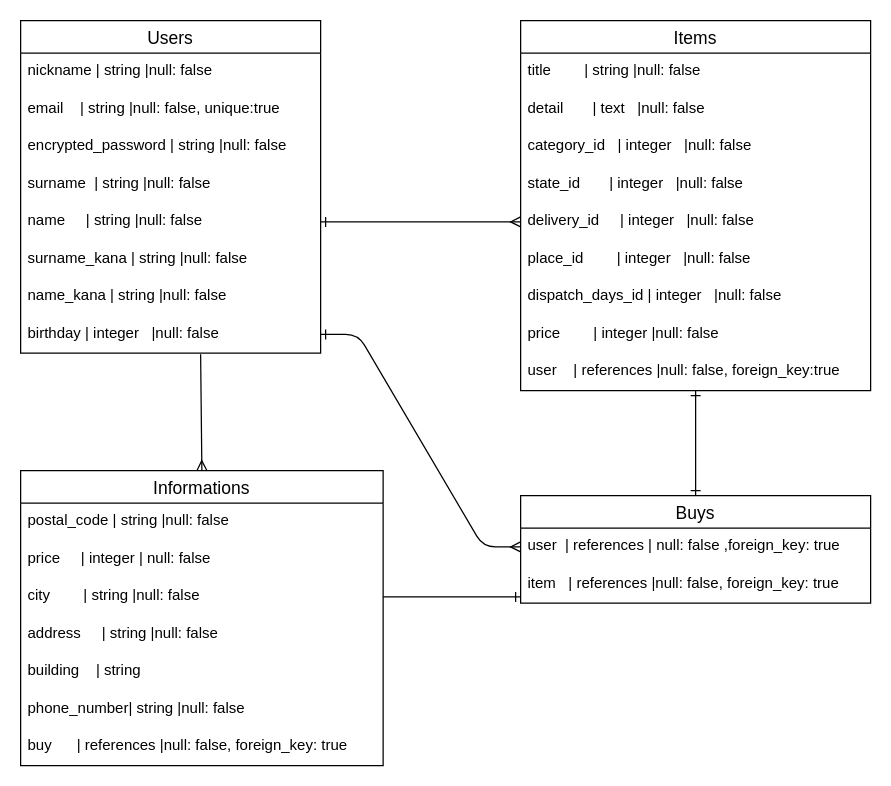
Before: furima.dio in yuda12c/furima-41771, a draw.io diagram. Source tidied: cells renumbered, new cells numbered last; positions are measured from the earlier drawing's top-left corner, leaving out a move shared by most shapes. Both pictures are drawn from the tidied source at 125%, with x=0, y=0 at pixel (20, 20).
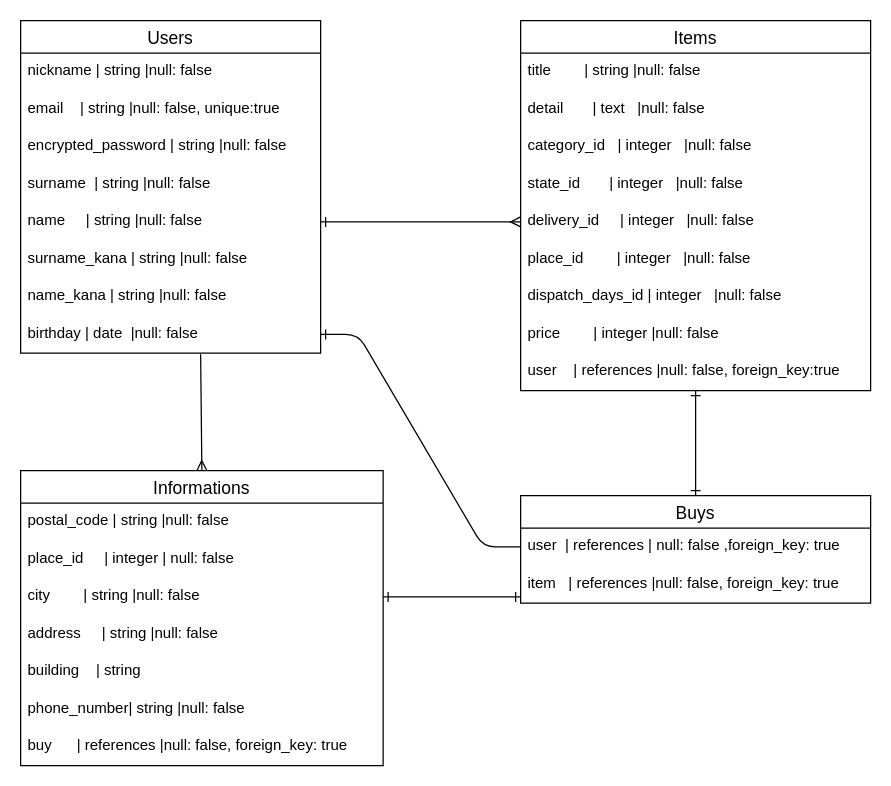
Above is the later version.

Unchanged cells that the change refers to:
```xml
<mxCell id="2" value="Users" style="swimlane;fontStyle=0;horizontal=1;startSize=26;align=center;fontSize=14;" parent="1" vertex="1">
  <mxGeometry width="240" height="266" as="geometry" />
</mxCell>
<mxCell id="22" value="Informations" style="swimlane;fontStyle=0;horizontal=1;startSize=26;align=center;fontSize=14;" parent="1" vertex="1">
  <mxGeometry y="360" width="290" height="236" as="geometry" />
</mxCell>
<mxCell id="25" value="city        | string |null: false" style="text;strokeColor=none;fillColor=none;spacingLeft=4;spacingRight=4;overflow=hidden;points=[[0,0.5],[1,0.5]];portConstraint=eastwest;fontSize=12;" parent="22" vertex="1">
  <mxGeometry y="86" width="290" height="30" as="geometry" />
</mxCell>
<mxCell id="31" value="user  | references | null: false ,foreign_key: true" style="text;strokeColor=none;fillColor=none;spacingLeft=4;spacingRight=4;overflow=hidden;points=[[0,0.5],[1,0.5]];portConstraint=eastwest;fontSize=12;" parent="30" vertex="1">
  <mxGeometry y="26" width="280" height="30" as="geometry" />
</mxCell>
```

Change to the diagram source:
```diff
@@
-    <mxCell id="10" value="birthday | integer   |null: false" style="text;strokeColor=none;fillColor=none;spacingLeft=4;spacingRight=4;overflow=hidden;points=[[0,0.5],[1,0.5]];portConstraint=eastwest;fontSize=12;" parent="2" vertex="1">
+    <mxCell id="10" value="birthday | date  |null: false" style="text;strokeColor=none;fillColor=none;spacingLeft=4;spacingRight=4;overflow=hidden;points=[[0,0.5],[1,0.5]];portConstraint=eastwest;fontSize=12;" parent="2" vertex="1">
       <mxGeometry y="236" width="240" height="30" as="geometry" />
     </mxCell>
@@
-    <mxCell id="24" value="price     | integer | null: false" style="text;strokeColor=none;fillColor=none;spacingLeft=4;spacingRight=4;overflow=hidden;fontSize=12;" parent="22" vertex="1">
+    <mxCell id="24" value="place_id     | integer | null: false" style="text;strokeColor=none;fillColor=none;spacingLeft=4;spacingRight=4;overflow=hidden;fontSize=12;" parent="22" vertex="1">
       <mxGeometry y="56" width="290" height="30" as="geometry" />
     </mxCell>
@@
-    <mxCell id="34" style="edgeStyle=entityRelationEdgeStyle;fontSize=12;html=1;endArrow=ERmany;exitX=1;exitY=0.5;exitDx=0;exitDy=0;entryX=0;entryY=0.5;entryDx=0;entryDy=0;startArrow=ERone;startFill=0;endFill=0;" parent="1" edge="1" source="10" target="31">
+    <mxCell id="34" style="edgeStyle=entityRelationEdgeStyle;fontSize=12;html=1;endArrow=none;exitX=1;exitY=0.5;exitDx=0;exitDy=0;entryX=0;entryY=0.5;entryDx=0;entryDy=0;startArrow=ERone;startFill=0;endFill=0;" parent="1" edge="1" source="10" target="31">
       <mxGeometry relative="1" as="geometry" />
     </mxCell>
@@
-    <mxCell id="36" style="edgeStyle=none;html=1;exitX=0;exitY=0.5;exitDx=0;exitDy=0;entryX=1;entryY=0.5;entryDx=0;entryDy=0;startArrow=ERone;startFill=0;endArrow=none;endFill=0;" parent="1" edge="1" target="25">
+    <mxCell id="36" style="edgeStyle=none;html=1;exitX=0;exitY=0.5;exitDx=0;exitDy=0;entryX=1;entryY=0.5;entryDx=0;entryDy=0;startArrow=ERone;startFill=0;endArrow=ERone;endFill=0;" parent="1" edge="1" target="25">
       <mxGeometry relative="1" as="geometry">
         <mxPoint x="400" y="461" as="sourcePoint" />
       </mxGeometry>
     </mxCell>
```
